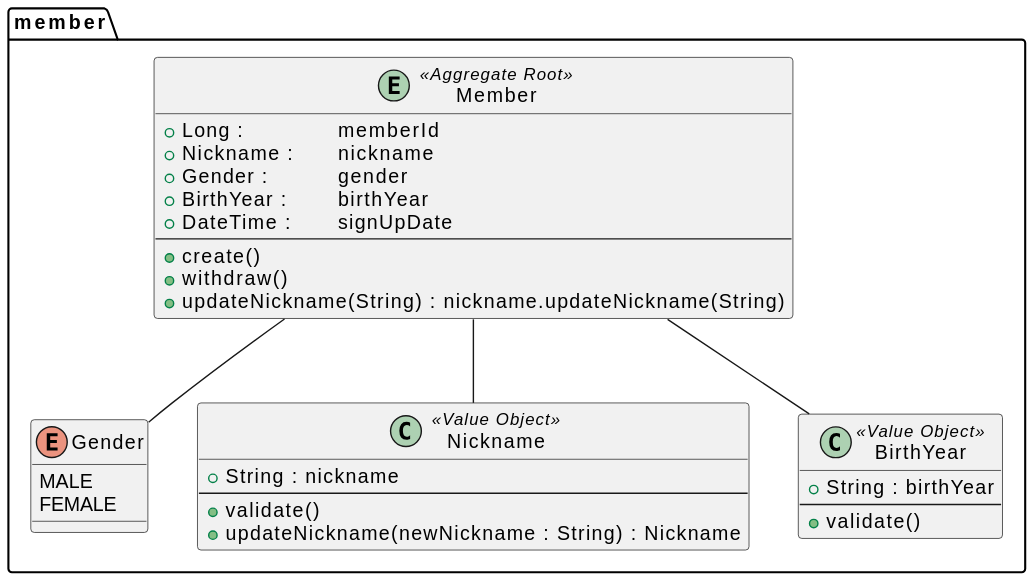
SimpleBoardTeam/simpleBoard-server keeps this PlantUML diagram as document/puml/domain/membercontext/memberAggregate.svg. Above is the earlier version.
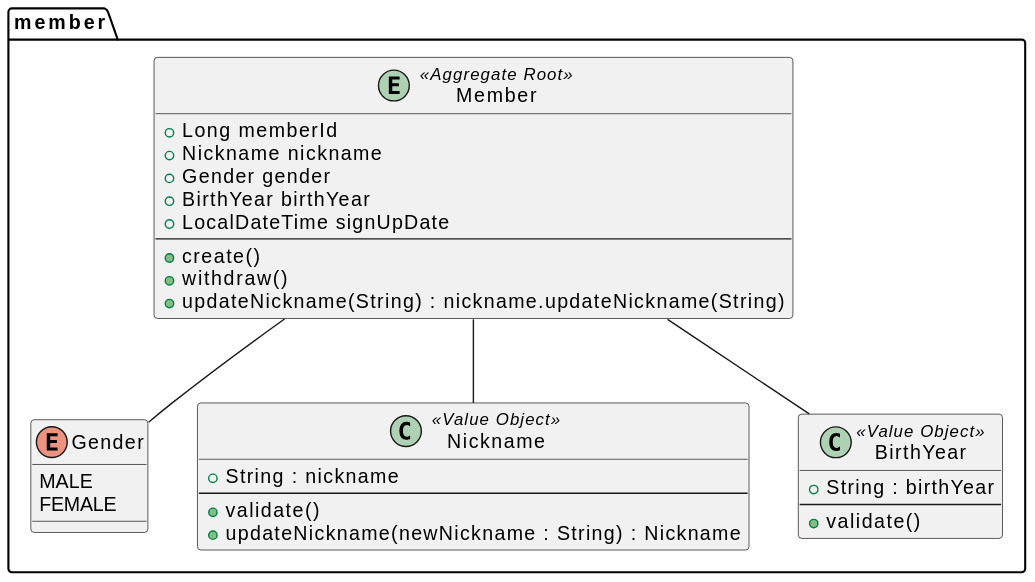
The same diagram one commit later.

Diff of the diagram source:
```diff
@@ -1,11 +1,11 @@
 @startuml
 package "member" {
   entity Member <<Aggregate Root>> {
-    +Long : \t\t memberId
-    +Nickname : \t nickname
-    +Gender : \t\t gender
-    +BirthYear : \t birthYear
-    +DateTime : \t signUpDate
+    +Long memberId
+    +Nickname nickname
+    +Gender gender
+    +BirthYear birthYear
+    +LocalDateTime signUpDate
     --
     +create()
     +withdraw()
```
